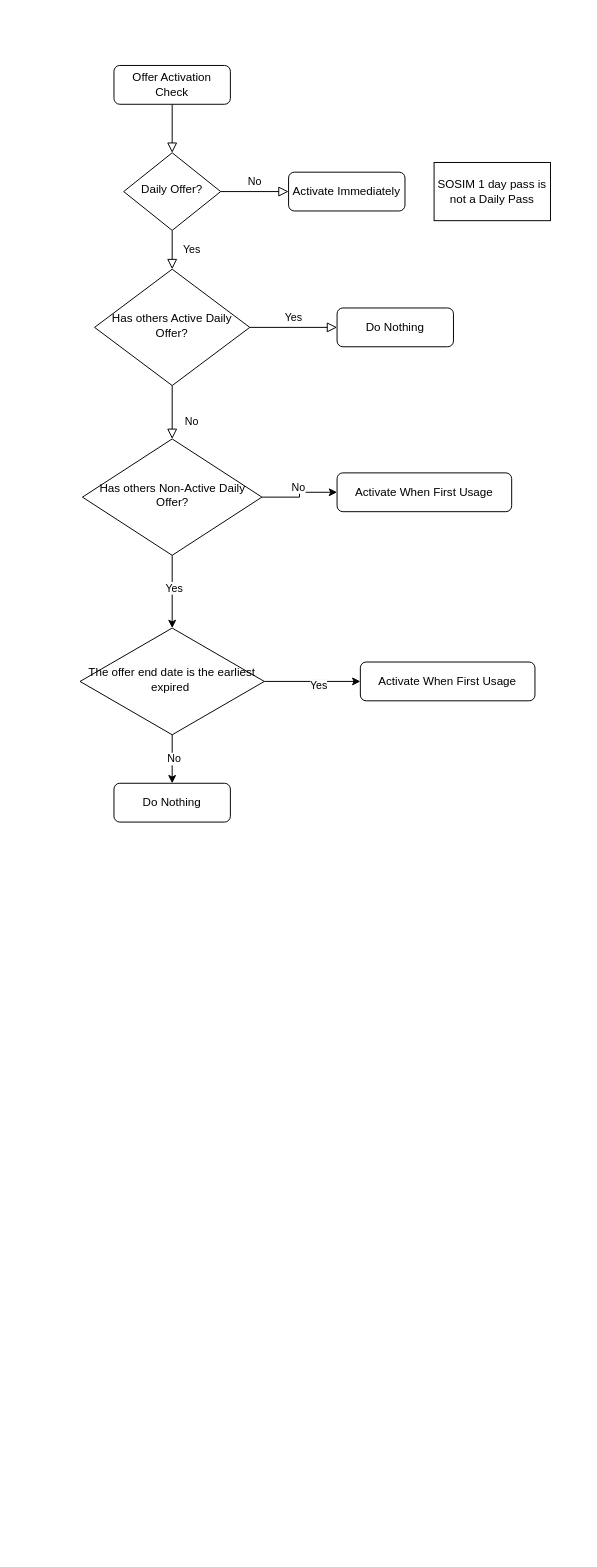
Earlier version of the draw.io diagram Balance Usage and Activation.drawio (raymond-yk-lai/chart). Source tidied: cells renumbered, new cells numbered last; positions are measured from the earlier drawing's top-left corner, leaving out a move shared by most shapes. Both pictures are drawn from the tidied source at 97%, with x=0, y=0 at pixel (80, 65).
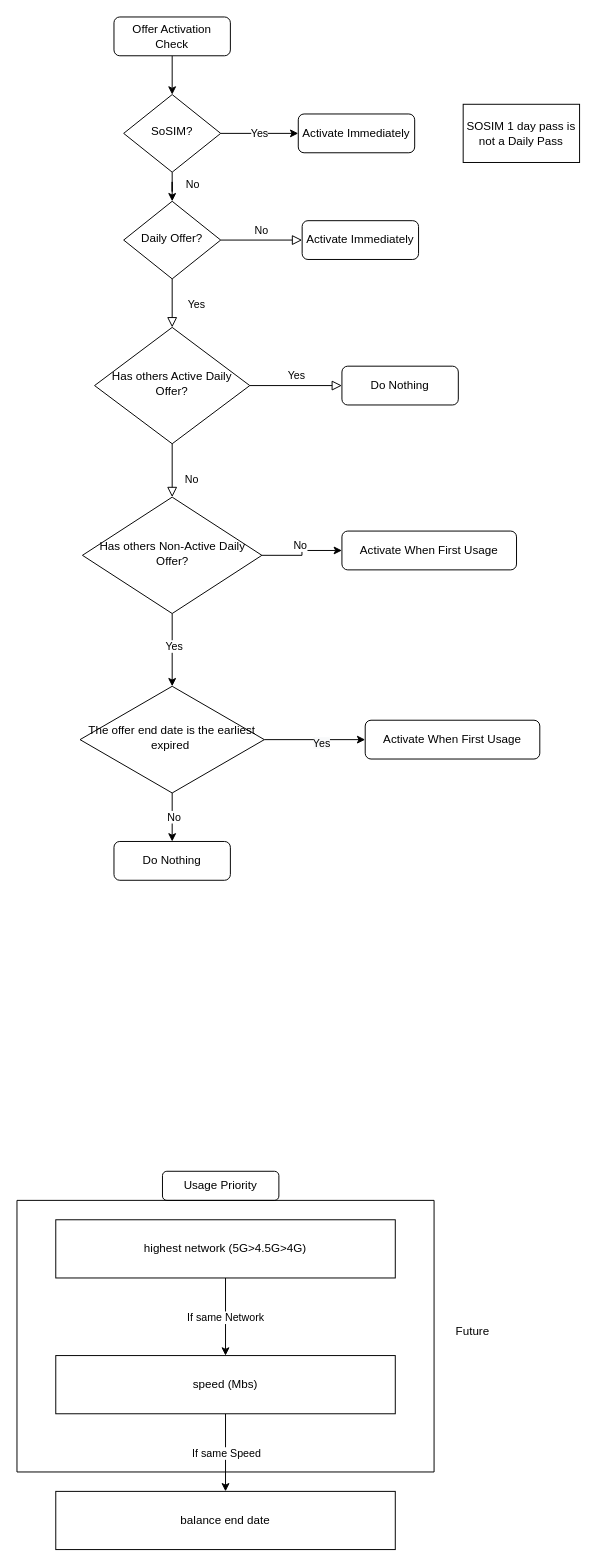
The same diagram, later.

Diff of the diagram source:
```diff
@@
-    <mxCell id="2" style="rounded=0;html=1;jettySize=auto;fontSize=11;endArrow=block;endFill=0;endSize=8;strokeWidth=1;shadow=0;labelBackgroundColor=none;edgeStyle=orthogonalEdgeStyle;" parent="1" edge="1" source="3" target="6">
-      <mxGeometry relative="1" as="geometry" />
-    </mxCell>
+    <mxCell id="25" style="edgeStyle=orthogonalEdgeStyle;rounded=0;jettySize=auto;html=1;entryX=0.5;entryY=0;entryDx=0;entryDy=0;" parent="1" edge="1" source="3" target="37">
+      <mxGeometry relative="1" as="geometry" />
+    </mxCell>
     <mxCell id="3" value="Offer Activation Check" style="rounded=1;whiteSpace=wrap;html=1;fontSize=12;glass=0;strokeWidth=1;shadow=0;" parent="1" vertex="1">
-      <mxGeometry x="35" width="120" height="40" as="geometry" />
+      <mxGeometry x="35" y="-50" width="120" height="40" as="geometry" />
     </mxCell>
-    <mxCell id="4" value="Yes" style="rounded=0;html=1;jettySize=auto;fontSize=11;endArrow=block;endFill=0;endSize=8;strokeWidth=1;shadow=0;labelBackgroundColor=none;edgeStyle=orthogonalEdgeStyle;" parent="1" edge="1" source="6" target="10">
-      <mxGeometry y="20" relative="1" as="geometry" />
+    <mxCell id="4" value="Yes" style="rounded=0;html=1;jettySize=auto;fontSize=11;endArrow=block;endFill=0;endSize=8;strokeWidth=1;shadow=0;labelBackgroundColor=none;edgeStyle=orthogonalEdgeStyle;exitX=0.5;exitY=1;exitDx=0;exitDy=0;" parent="1" edge="1" source="6" target="10">
+      <mxGeometry x="0.09" y="25" relative="1" as="geometry" />
     </mxCell>
-    <mxCell id="5" value="No" style="edgeStyle=orthogonalEdgeStyle;rounded=0;html=1;jettySize=auto;fontSize=11;endArrow=block;endFill=0;endSize=8;strokeWidth=1;shadow=0;labelBackgroundColor=none;" parent="1" edge="1" source="6" target="7">
+    <mxCell id="5" value="No" style="edgeStyle=orthogonalEdgeStyle;rounded=0;html=1;jettySize=auto;fontSize=11;endArrow=block;endFill=0;endSize=8;strokeWidth=1;shadow=0;labelBackgroundColor=none;exitX=1;exitY=0.5;exitDx=0;exitDy=0;" parent="1" edge="1" source="6" target="7">
       <mxGeometry y="10" relative="1" as="geometry" />
     </mxCell>
     <mxCell id="6" value="Daily Offer?" style="rhombus;whiteSpace=wrap;html=1;shadow=0;fontFamily=Helvetica;fontSize=12;align=center;strokeWidth=1;spacing=6;spacingTop=-4;" parent="1" vertex="1">
-      <mxGeometry x="45" y="90" width="100" height="80" as="geometry" />
+      <mxGeometry x="45" y="140" width="100" height="80" as="geometry" />
     </mxCell>
     <mxCell id="7" value="Activate Immediately" style="rounded=1;whiteSpace=wrap;html=1;fontSize=12;glass=0;strokeWidth=1;shadow=0;" parent="1" vertex="1">
-      <mxGeometry x="215" y="110" width="120" height="40" as="geometry" />
+      <mxGeometry x="229" y="160" width="120" height="40" as="geometry" />
     </mxCell>
@@
     <mxCell id="10" value="Has others Active Daily Offer?" style="rhombus;whiteSpace=wrap;html=1;shadow=0;fontFamily=Helvetica;fontSize=12;align=center;strokeWidth=1;spacing=6;spacingTop=-4;" parent="1" vertex="1">
-      <mxGeometry x="15" y="210" width="160" height="120" as="geometry" />
+      <mxGeometry x="15" y="270" width="160" height="120" as="geometry" />
     </mxCell>
     <mxCell id="11" value="Do Nothing" style="rounded=1;whiteSpace=wrap;html=1;fontSize=12;glass=0;strokeWidth=1;shadow=0;" parent="1" vertex="1">
-      <mxGeometry x="265" y="250" width="120" height="40" as="geometry" />
+      <mxGeometry x="270" y="310" width="120" height="40" as="geometry" />
     </mxCell>
@@
     <mxCell id="15" value="Has others Non-Active Daily Offer?" style="rhombus;whiteSpace=wrap;html=1;shadow=0;fontFamily=Helvetica;fontSize=12;align=center;strokeWidth=1;spacing=6;spacingTop=-4;" parent="1" vertex="1">
-      <mxGeometry x="2.5" y="385" width="185" height="120" as="geometry" />
+      <mxGeometry x="2.5" y="445" width="185" height="120" as="geometry" />
     </mxCell>
     <mxCell id="16" value="Activate When First Usage" style="rounded=1;whiteSpace=wrap;html=1;fontSize=12;glass=0;strokeWidth=1;shadow=0;" parent="1" vertex="1">
-      <mxGeometry x="265" y="420" width="180" height="40" as="geometry" />
+      <mxGeometry x="270" y="480" width="180" height="40" as="geometry" />
     </mxCell>
@@
     <mxCell id="21" value="The offer end date is the earliest expired&amp;nbsp;" style="rhombus;whiteSpace=wrap;html=1;shadow=0;fontFamily=Helvetica;fontSize=12;align=center;strokeWidth=1;spacing=6;spacingTop=-4;" parent="1" vertex="1">
-      <mxGeometry y="580" width="190" height="110" as="geometry" />
+      <mxGeometry y="640" width="190" height="110" as="geometry" />
     </mxCell>
     <mxCell id="22" value="Activate When First Usage" style="rounded=1;whiteSpace=wrap;html=1;fontSize=12;glass=0;strokeWidth=1;shadow=0;" parent="1" vertex="1">
-      <mxGeometry x="289" y="615" width="180" height="40" as="geometry" />
+      <mxGeometry x="294" y="675" width="180" height="40" as="geometry" />
     </mxCell>
     <mxCell id="23" value="Do Nothing" style="rounded=1;whiteSpace=wrap;html=1;fontSize=12;glass=0;strokeWidth=1;shadow=0;" parent="1" vertex="1">
-      <mxGeometry x="35" y="740" width="120" height="40" as="geometry" />
+      <mxGeometry x="35" y="800" width="120" height="40" as="geometry" />
     </mxCell>
     <mxCell id="24" value="SOSIM 1 day pass is not a Daily Pass" style="whiteSpace=wrap;html=1;" parent="1" vertex="1">
-      <mxGeometry x="365" y="100" width="120" height="60" as="geometry" />
+      <mxGeometry x="395" y="40" width="120" height="60" as="geometry" />
     </mxCell>
+    <mxCell id="26" style="edgeStyle=orthogonalEdgeStyle;rounded=0;jettySize=auto;html=1;entryX=0.5;entryY=0;entryDx=0;entryDy=0;" parent="1" edge="1" source="28" target="31">
+      <mxGeometry relative="1" as="geometry" />
+    </mxCell>
+    <mxCell id="27" value="If same Network" style="edgeLabel;html=1;align=center;verticalAlign=middle;" parent="26" vertex="1">
+      <mxGeometry y="-1" relative="1" as="geometry" />
+    </mxCell>
+    <mxCell id="28" value="&lt;div&gt;highest network (5G&amp;gt;4.5G&amp;gt;4G)&lt;/div&gt;" style="whiteSpace=wrap;html=1;" parent="1" vertex="1">
+      <mxGeometry x="-25" y="1190" width="350" height="60" as="geometry" />
+    </mxCell>
+    <mxCell id="29" style="edgeStyle=orthogonalEdgeStyle;rounded=0;jettySize=auto;html=1;entryX=0.5;entryY=0;entryDx=0;entryDy=0;" parent="1" edge="1" source="31" target="32">
+      <mxGeometry relative="1" as="geometry" />
+    </mxCell>
+    <mxCell id="30" value="If same Speed" style="edgeLabel;html=1;align=center;verticalAlign=middle;" parent="29" vertex="1">
+      <mxGeometry x="0.26" y="1" relative="1" as="geometry">
+        <mxPoint x="-1" y="-10" as="offset" />
+      </mxGeometry>
+    </mxCell>
+    <mxCell id="31" value="&lt;div&gt;&lt;div style=&quot;font-family: &amp;#34;helvetica&amp;#34;&quot;&gt;speed (Mbs)&lt;/div&gt;&lt;/div&gt;" style="whiteSpace=wrap;html=1;" parent="1" vertex="1">
+      <mxGeometry x="-25" y="1330" width="350" height="60" as="geometry" />
+    </mxCell>
+    <mxCell id="32" value="&lt;div&gt;&lt;span style=&quot;font-family: &amp;#34;helvetica&amp;#34;&quot;&gt;balance end date&lt;/span&gt;&lt;br&gt;&lt;/div&gt;" style="whiteSpace=wrap;html=1;" parent="1" vertex="1">
+      <mxGeometry x="-25" y="1470" width="350" height="60" as="geometry" />
+    </mxCell>
+    <mxCell id="33" value="&lt;span&gt;Usage Priority&lt;/span&gt;" style="rounded=1;whiteSpace=wrap;html=1;" parent="1" vertex="1">
+      <mxGeometry x="85" y="1140" width="120" height="30" as="geometry" />
+    </mxCell>
+    <mxCell id="34" value="Yes" style="edgeStyle=orthogonalEdgeStyle;rounded=0;jettySize=auto;html=1;entryX=0;entryY=0.5;entryDx=0;entryDy=0;" parent="1" edge="1" source="37" target="38">
+      <mxGeometry relative="1" as="geometry" />
+    </mxCell>
+    <mxCell id="35" style="edgeStyle=orthogonalEdgeStyle;rounded=0;jettySize=auto;html=1;" parent="1" edge="1" source="37" target="6">
+      <mxGeometry relative="1" as="geometry" />
+    </mxCell>
+    <mxCell id="36" value="No" style="edgeLabel;html=1;align=center;verticalAlign=middle;" parent="35" vertex="1">
+      <mxGeometry x="0.28" y="-1" relative="1" as="geometry">
+        <mxPoint x="21" as="offset" />
+      </mxGeometry>
+    </mxCell>
+    <mxCell id="37" value="SoSIM?" style="rhombus;whiteSpace=wrap;html=1;shadow=0;fontFamily=Helvetica;fontSize=12;align=center;strokeWidth=1;spacing=6;spacingTop=-4;" parent="1" vertex="1">
+      <mxGeometry x="45" y="30" width="100" height="80" as="geometry" />
+    </mxCell>
+    <mxCell id="38" value="Activate Immediately" style="rounded=1;whiteSpace=wrap;html=1;fontSize=12;glass=0;strokeWidth=1;shadow=0;" parent="1" vertex="1">
+      <mxGeometry x="225" y="50" width="120" height="40" as="geometry" />
+    </mxCell>
+    <mxCell id="39" style="swimlane;startSize=0;" parent="1" vertex="1">
+      <mxGeometry x="-65" y="1170" width="430" height="280" as="geometry" />
+    </mxCell>
+    <mxCell id="40" value="Future" style="text;html=1;strokeColor=none;fillColor=none;align=center;verticalAlign=middle;whiteSpace=wrap;rounded=0;" parent="1" vertex="1">
+      <mxGeometry x="375" y="1290" width="60" height="30" as="geometry" />
+    </mxCell>
```
